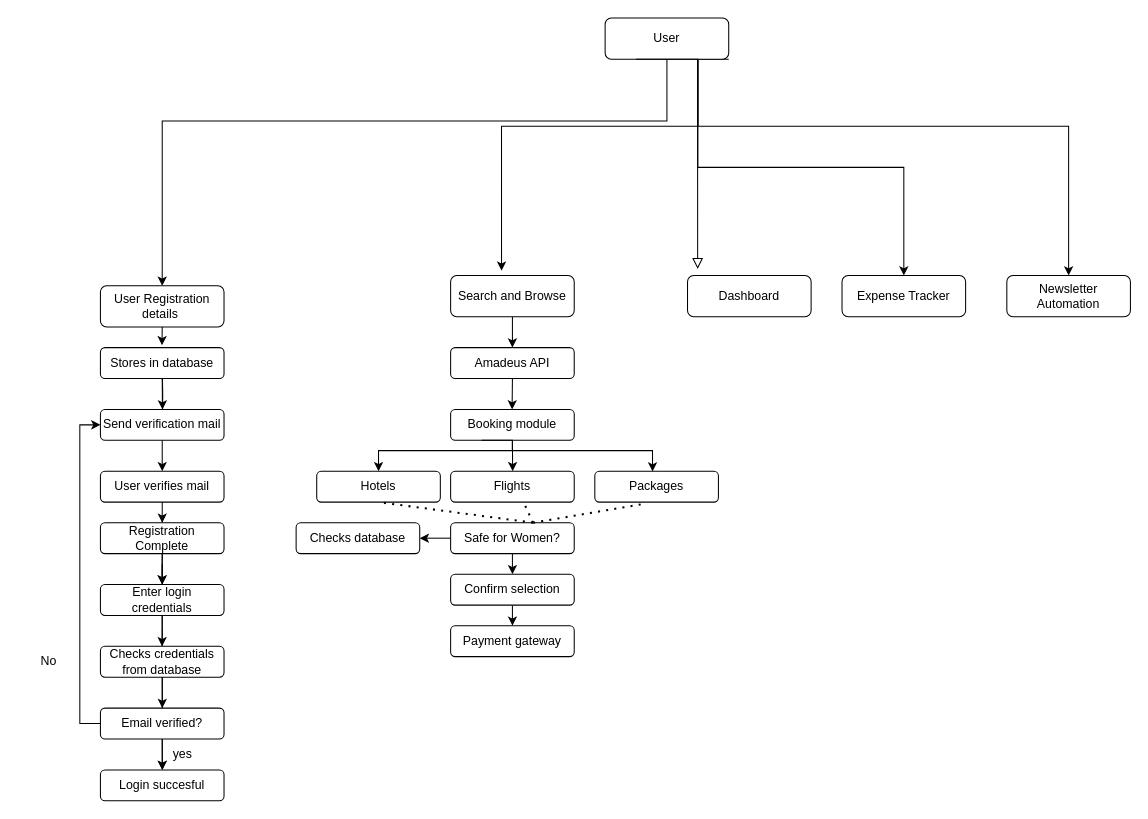
Earlier version of the draw.io diagram Untitled Diagram.drawio (ShaliniKashyap717/Travel_Website). Source tidied: cells renumbered, new cells numbered last; positions are measured from the earlier drawing's top-left corner, leaving out a move shared by most shapes. Both pictures are drawn from the tidied source at 103%, with x=0, y=0 at pixel (18, 18).
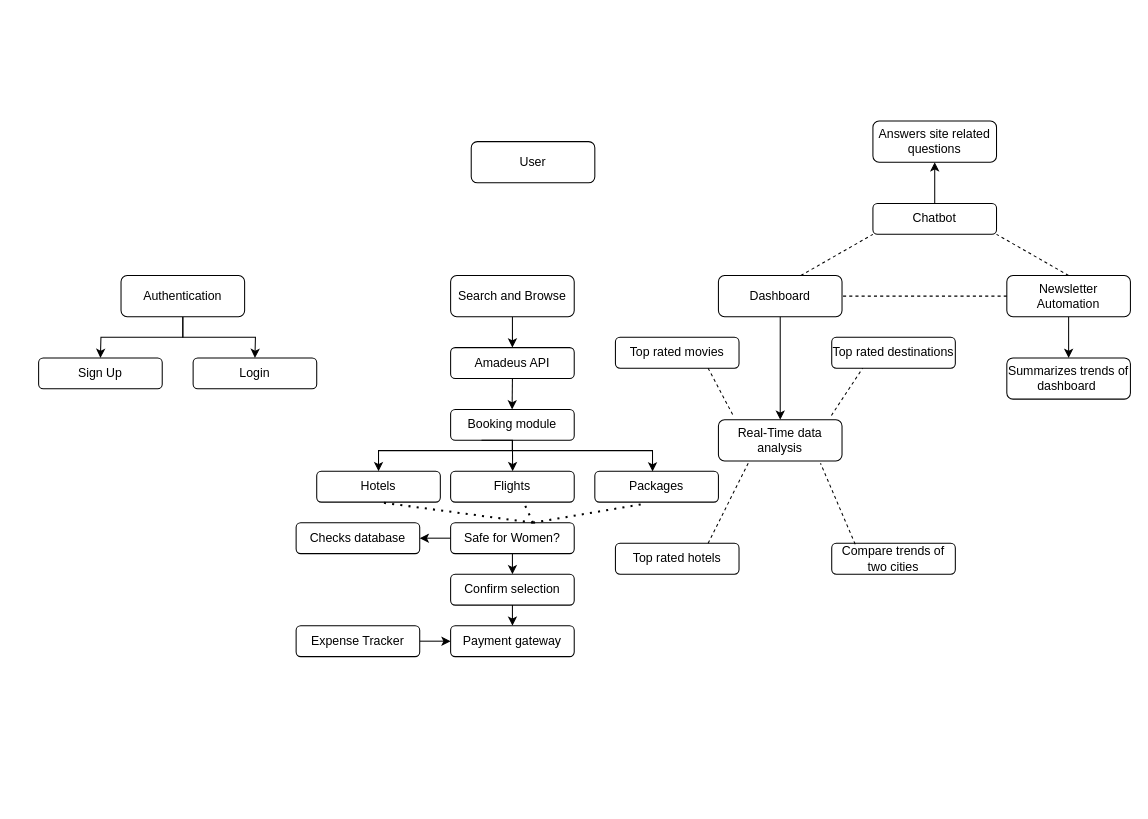
The same page after the edit.

Unchanged cells that the change refers to:
```xml
<mxCell id="10" value="Search and Browse" style="rounded=1;whiteSpace=wrap;html=1;fontSize=12;glass=0;strokeWidth=1;shadow=0;" parent="1" vertex="1">
  <mxGeometry x="420" y="250" width="120" height="40" as="geometry" />
</mxCell>
<mxCell id="13" value="Newsletter Automation" style="rounded=1;whiteSpace=wrap;html=1;fontSize=12;glass=0;strokeWidth=1;shadow=0;" parent="1" vertex="1">
  <mxGeometry x="960" y="250" width="120" height="40" as="geometry" />
</mxCell>
<mxCell id="50" value="Payment gateway" style="rounded=1;whiteSpace=wrap;html=1;fontSize=12;glass=0;strokeWidth=1;shadow=0;" parent="1" vertex="1">
  <mxGeometry x="420" y="590" width="120" height="30" as="geometry" />
</mxCell>
```

The edit, as a diff of the source:
```diff
@@
-    <mxCell id="2" style="rounded=0;html=1;jettySize=auto;fontSize=11;endArrow=block;endFill=0;endSize=8;strokeWidth=1;shadow=0;labelBackgroundColor=none;edgeStyle=orthogonalEdgeStyle;entryX=0.082;entryY=-0.161;entryDx=0;entryDy=0;entryPerimeter=0;" parent="1" edge="1" source="6" target="8">
-      <mxGeometry relative="1" as="geometry">
-        <Array as="points">
-          <mxPoint x="660" y="164" />
-        </Array>
-      </mxGeometry>
-    </mxCell>
-    <mxCell id="3" style="edgeStyle=orthogonalEdgeStyle;rounded=0;jettySize=auto;html=1;entryX=0.5;entryY=0;entryDx=0;entryDy=0;" parent="1" edge="1" source="6" target="7">
-      <mxGeometry relative="1" as="geometry">
-        <Array as="points">
-          <mxPoint x="630" y="100" />
-          <mxPoint x="140" y="100" />
-        </Array>
-      </mxGeometry>
-    </mxCell>
-    <mxCell id="4" style="edgeStyle=orthogonalEdgeStyle;rounded=0;jettySize=auto;html=1;exitX=0.75;exitY=1;exitDx=0;exitDy=0;entryX=0.5;entryY=0;entryDx=0;entryDy=0;" parent="1" edge="1" source="6" target="12">
-      <mxGeometry relative="1" as="geometry" />
-    </mxCell>
-    <mxCell id="5" style="edgeStyle=orthogonalEdgeStyle;rounded=0;jettySize=auto;html=1;exitX=1;exitY=1;exitDx=0;exitDy=0;entryX=0.5;entryY=0;entryDx=0;entryDy=0;" parent="1" edge="1" source="6" target="13">
-      <mxGeometry relative="1" as="geometry">
-        <Array as="points">
-          <mxPoint x="660" y="40" />
-          <mxPoint x="660" y="105" />
-          <mxPoint x="1020" y="105" />
-        </Array>
-      </mxGeometry>
-    </mxCell>
     <mxCell id="6" value="User" style="rounded=1;whiteSpace=wrap;html=1;fontSize=12;glass=0;strokeWidth=1;shadow=0;" parent="1" vertex="1">
-      <mxGeometry x="570" width="120" height="40" as="geometry" />
+      <mxGeometry x="440" y="120" width="120" height="40" as="geometry" />
     </mxCell>
-    <mxCell id="7" value="User Registration details&amp;nbsp;" style="rounded=1;whiteSpace=wrap;html=1;fontSize=12;glass=0;strokeWidth=1;shadow=0;" parent="1" vertex="1">
-      <mxGeometry x="80" y="260" width="120" height="40" as="geometry" />
-    </mxCell>
+    <mxCell id="59" style="edgeStyle=orthogonalEdgeStyle;rounded=0;jettySize=auto;html=1;exitX=0.5;exitY=1;exitDx=0;exitDy=0;entryX=0.5;entryY=0;entryDx=0;entryDy=0;" parent="1" edge="1" source="8" target="62">
+      <mxGeometry relative="1" as="geometry" />
+    </mxCell>
     <mxCell id="8" value="Dashboard" style="rounded=1;whiteSpace=wrap;html=1;fontSize=12;glass=0;strokeWidth=1;shadow=0;" parent="1" vertex="1">
-      <mxGeometry x="650" y="250" width="120" height="40" as="geometry" />
+      <mxGeometry x="680" y="250" width="120" height="40" as="geometry" />
     </mxCell>
@@
+    <mxCell id="60" style="edgeStyle=orthogonalEdgeStyle;rounded=0;jettySize=auto;html=1;exitX=1;exitY=0.5;exitDx=0;exitDy=0;entryX=0;entryY=0.5;entryDx=0;entryDy=0;" parent="1" edge="1" source="12" target="50">
+      <mxGeometry relative="1" as="geometry" />
+    </mxCell>
     <mxCell id="12" value="Expense Tracker" style="rounded=1;whiteSpace=wrap;html=1;fontSize=12;glass=0;strokeWidth=1;shadow=0;" parent="1" vertex="1">
-      <mxGeometry x="800" y="250" width="120" height="40" as="geometry" />
+      <mxGeometry x="270" y="590" width="120" height="30" as="geometry" />
     </mxCell>
+    <mxCell id="61" style="edgeStyle=orthogonalEdgeStyle;rounded=0;jettySize=auto;html=1;exitX=0.5;exitY=1;exitDx=0;exitDy=0;entryX=0.5;entryY=0;entryDx=0;entryDy=0;" parent="1" edge="1" source="13" target="72">
+      <mxGeometry relative="1" as="geometry" />
+    </mxCell>
@@
-    <mxCell id="14" style="edgeStyle=orthogonalEdgeStyle;rounded=0;jettySize=auto;html=1;exitX=0.25;exitY=1;exitDx=0;exitDy=0;entryX=0.412;entryY=-0.118;entryDx=0;entryDy=0;entryPerimeter=0;" parent="1" edge="1" source="6" target="10">
-      <mxGeometry relative="1" as="geometry">
-        <Array as="points">
-          <mxPoint x="660" y="40" />
-          <mxPoint x="660" y="105" />
-          <mxPoint x="469" y="105" />
-        </Array>
-      </mxGeometry>
-    </mxCell>
-    <mxCell id="15" style="edgeStyle=orthogonalEdgeStyle;rounded=0;orthogonalLoop=1;jettySize=auto;html=1;exitX=0.5;exitY=1;exitDx=0;exitDy=0;" parent="1" edge="1">
-      <mxGeometry relative="1" as="geometry">
-        <mxPoint x="140" y="340" as="sourcePoint" />
-        <mxPoint x="140.2" y="390" as="targetPoint" />
-      </mxGeometry>
-    </mxCell>
-    <mxCell id="16" style="edgeStyle=orthogonalEdgeStyle;rounded=0;jettySize=auto;html=1;exitX=0.5;exitY=1;exitDx=0;exitDy=0;" parent="1" edge="1" source="17">
-      <mxGeometry relative="1" as="geometry">
-        <mxPoint x="140.2" y="380" as="targetPoint" />
-      </mxGeometry>
-    </mxCell>
-    <mxCell id="17" value="Stores in database" style="rounded=1;whiteSpace=wrap;html=1;" parent="1" vertex="1">
-      <mxGeometry x="80" y="320" width="120" height="30" as="geometry" />
-    </mxCell>
-    <mxCell id="18" style="edgeStyle=orthogonalEdgeStyle;rounded=0;jettySize=auto;html=1;exitX=0.5;exitY=1;exitDx=0;exitDy=0;entryX=0.5;entryY=0;entryDx=0;entryDy=0;" parent="1" edge="1" source="19" target="24">
-      <mxGeometry relative="1" as="geometry" />
-    </mxCell>
-    <mxCell id="19" value="Send verification mail" style="rounded=1;whiteSpace=wrap;html=1;" parent="1" vertex="1">
-      <mxGeometry x="80" y="380" width="120" height="30" as="geometry" />
-    </mxCell>
-    <mxCell id="20" style="edgeStyle=orthogonalEdgeStyle;rounded=0;jettySize=auto;html=1;exitX=0.5;exitY=1;exitDx=0;exitDy=0;" parent="1" edge="1" source="54">
-      <mxGeometry relative="1" as="geometry">
-        <mxPoint x="140.2" y="570" as="targetPoint" />
-        <Array as="points">
-          <mxPoint x="140" y="530" />
-          <mxPoint x="140" y="530" />
-        </Array>
-      </mxGeometry>
-    </mxCell>
-    <mxCell id="21" style="edgeStyle=orthogonalEdgeStyle;rounded=0;jettySize=auto;html=1;exitX=0.5;exitY=1;exitDx=0;exitDy=0;" parent="1" edge="1" source="54">
-      <mxGeometry relative="1" as="geometry">
-        <mxPoint x="140.1" y="670" as="targetPoint" />
-      </mxGeometry>
-    </mxCell>
-    <mxCell id="22" style="edgeStyle=orthogonalEdgeStyle;rounded=0;jettySize=auto;html=1;exitX=0.5;exitY=1;exitDx=0;exitDy=0;" parent="1" edge="1" source="54">
-      <mxGeometry relative="1" as="geometry">
-        <mxPoint x="139.9" y="610" as="targetPoint" />
-      </mxGeometry>
-    </mxCell>
-    <mxCell id="23" style="edgeStyle=orthogonalEdgeStyle;rounded=0;jettySize=auto;html=1;exitX=0.5;exitY=1;exitDx=0;exitDy=0;" parent="1" edge="1" source="52">
-      <mxGeometry relative="1" as="geometry">
-        <mxPoint x="139.9" y="550" as="targetPoint" />
-      </mxGeometry>
-    </mxCell>
-    <mxCell id="24" value="User verifies mail" style="rounded=1;whiteSpace=wrap;html=1;" parent="1" vertex="1">
-      <mxGeometry x="80" y="440" width="120" height="30" as="geometry" />
-    </mxCell>
-    <mxCell id="25" style="edgeStyle=orthogonalEdgeStyle;rounded=0;jettySize=auto;html=1;exitX=0.5;exitY=1;exitDx=0;exitDy=0;" parent="1" edge="1" source="26">
-      <mxGeometry relative="1" as="geometry">
-        <mxPoint x="140.1" y="730" as="targetPoint" />
-      </mxGeometry>
-    </mxCell>
-    <mxCell id="26" value="Checks credentials from database" style="rounded=1;whiteSpace=wrap;html=1;" parent="1" vertex="1">
-      <mxGeometry x="80" y="610" width="120" height="30" as="geometry" />
-    </mxCell>
-    <mxCell id="27" style="edgeStyle=orthogonalEdgeStyle;rounded=0;jettySize=auto;html=1;exitX=0;exitY=0.5;exitDx=0;exitDy=0;entryX=0;entryY=0.5;entryDx=0;entryDy=0;" parent="1" edge="1" source="28" target="19">
-      <mxGeometry relative="1" as="geometry" />
-    </mxCell>
-    <mxCell id="28" value="Email verified?" style="rounded=1;whiteSpace=wrap;html=1;" parent="1" vertex="1">
-      <mxGeometry x="80" y="670" width="120" height="30" as="geometry" />
-    </mxCell>
-    <mxCell id="29" value="No" style="text;html=1;align=center;verticalAlign=middle;whiteSpace=wrap;rounded=0;" parent="1" vertex="1">
-      <mxGeometry y="610" width="60" height="30" as="geometry" />
-    </mxCell>
@@
-    <mxCell id="51" style="edgeStyle=orthogonalEdgeStyle;rounded=0;jettySize=auto;html=1;exitX=0.5;exitY=1;exitDx=0;exitDy=0;" parent="1" edge="1" source="24" target="52">
-      <mxGeometry relative="1" as="geometry" />
-    </mxCell>
-    <mxCell id="52" value="Registration Complete" style="rounded=1;whiteSpace=wrap;html=1;" parent="1" vertex="1">
-      <mxGeometry x="80" y="490" width="120" height="30" as="geometry" />
-    </mxCell>
-    <mxCell id="53" style="edgeStyle=orthogonalEdgeStyle;rounded=0;jettySize=auto;html=1;exitX=0.5;exitY=1;exitDx=0;exitDy=0;" parent="1" edge="1" source="52" target="54">
-      <mxGeometry relative="1" as="geometry" />
-    </mxCell>
-    <mxCell id="54" value="Enter login credentials" style="rounded=1;whiteSpace=wrap;html=1;" parent="1" vertex="1">
-      <mxGeometry x="80" y="550" width="120" height="30" as="geometry" />
-    </mxCell>
-    <mxCell id="55" style="edgeStyle=orthogonalEdgeStyle;rounded=0;jettySize=auto;html=1;exitX=0.5;exitY=1;exitDx=0;exitDy=0;" parent="1" edge="1" source="28" target="56">
-      <mxGeometry relative="1" as="geometry" />
-    </mxCell>
-    <mxCell id="56" value="Login succesful" style="rounded=1;whiteSpace=wrap;html=1;" parent="1" vertex="1">
-      <mxGeometry x="80" y="730" width="120" height="30" as="geometry" />
-    </mxCell>
-    <mxCell id="57" value="yes" style="text;html=1;align=center;verticalAlign=middle;whiteSpace=wrap;rounded=0;" parent="1" vertex="1">
-      <mxGeometry x="130" y="700" width="60" height="30" as="geometry" />
-    </mxCell>
-    <mxCell id="58" style="edgeStyle=orthogonalEdgeStyle;rounded=0;jettySize=auto;html=1;exitX=0.5;exitY=1;exitDx=0;exitDy=0;entryX=0.498;entryY=-0.078;entryDx=0;entryDy=0;entryPerimeter=0;" parent="1" edge="1" source="7" target="17">
-      <mxGeometry relative="1" as="geometry" />
-    </mxCell>
+    <mxCell id="62" value="Real-Time data analysis" style="rounded=1;whiteSpace=wrap;html=1;fontSize=12;glass=0;strokeWidth=1;shadow=0;" parent="1" vertex="1">
+      <mxGeometry x="680" y="390" width="120" height="40" as="geometry" />
+    </mxCell>
+    <mxCell id="63" value="Top rated movies" style="rounded=1;whiteSpace=wrap;html=1;fontSize=12;glass=0;strokeWidth=1;shadow=0;" parent="1" vertex="1">
+      <mxGeometry x="580" y="310" width="120" height="30" as="geometry" />
+    </mxCell>
+    <mxCell id="64" value="Top rated destinations" style="rounded=1;whiteSpace=wrap;html=1;fontSize=12;glass=0;strokeWidth=1;shadow=0;" parent="1" vertex="1">
+      <mxGeometry x="790" y="310" width="120" height="30" as="geometry" />
+    </mxCell>
+    <mxCell id="65" value="Top rated hotels" style="rounded=1;whiteSpace=wrap;html=1;fontSize=12;glass=0;strokeWidth=1;shadow=0;" parent="1" vertex="1">
+      <mxGeometry x="580" y="510" width="120" height="30" as="geometry" />
+    </mxCell>
+    <mxCell id="66" value="Compare trends of two cities" style="rounded=1;whiteSpace=wrap;html=1;fontSize=12;glass=0;strokeWidth=1;shadow=0;" parent="1" vertex="1">
+      <mxGeometry x="790" y="510" width="120" height="30" as="geometry" />
+    </mxCell>
+    <mxCell id="67" style="endArrow=none;dashed=1;html=1;rounded=0;exitX=0.115;exitY=-0.125;exitDx=0;exitDy=0;exitPerimeter=0;entryX=0.75;entryY=1;entryDx=0;entryDy=0;" parent="1" edge="1" source="62" target="63">
+      <mxGeometry relative="1" as="geometry" />
+    </mxCell>
+    <mxCell id="68" style="endArrow=none;dashed=1;html=1;rounded=0;entryX=0.25;entryY=1;entryDx=0;entryDy=0;exitX=0.914;exitY=-0.104;exitDx=0;exitDy=0;exitPerimeter=0;" parent="1" edge="1" source="62" target="64">
+      <mxGeometry relative="1" as="geometry" />
+    </mxCell>
+    <mxCell id="69" style="endArrow=none;dashed=1;html=1;rounded=0;entryX=0.25;entryY=1;entryDx=0;entryDy=0;exitX=0.75;exitY=0;exitDx=0;exitDy=0;" parent="1" edge="1" source="65" target="62">
+      <mxGeometry relative="1" as="geometry" />
+    </mxCell>
+    <mxCell id="70" style="endArrow=none;dashed=1;html=1;rounded=0;entryX=0.826;entryY=1.058;entryDx=0;entryDy=0;entryPerimeter=0;exitX=0.19;exitY=0.03;exitDx=0;exitDy=0;exitPerimeter=0;" parent="1" edge="1" source="66" target="62">
+      <mxGeometry relative="1" as="geometry" />
+    </mxCell>
+    <mxCell id="71" style="endArrow=none;dashed=1;html=1;rounded=0;entryX=1;entryY=0.5;entryDx=0;entryDy=0;exitX=0;exitY=0.5;exitDx=0;exitDy=0;" parent="1" edge="1" source="13" target="8">
+      <mxGeometry relative="1" as="geometry" />
+    </mxCell>
+    <mxCell id="72" value="Summarizes trends of dashboard&amp;nbsp;" style="rounded=1;whiteSpace=wrap;html=1;fontSize=12;glass=0;strokeWidth=1;shadow=0;" parent="1" vertex="1">
+      <mxGeometry x="960" y="330" width="120" height="40" as="geometry" />
+    </mxCell>
+    <mxCell id="73" value="Chatbot" style="rounded=1;whiteSpace=wrap;html=1;fontSize=12;glass=0;strokeWidth=1;shadow=0;" parent="1" vertex="1">
+      <mxGeometry x="830" y="180" width="120" height="30" as="geometry" />
+    </mxCell>
+    <mxCell id="74" style="endArrow=none;dashed=1;html=1;rounded=0;entryX=0;entryY=1;entryDx=0;entryDy=0;" parent="1" edge="1" target="73">
+      <mxGeometry relative="1" as="geometry">
+        <mxPoint x="760" y="250" as="sourcePoint" />
+      </mxGeometry>
+    </mxCell>
+    <mxCell id="75" style="endArrow=none;dashed=1;html=1;rounded=0;entryX=1;entryY=1;entryDx=0;entryDy=0;exitX=0.5;exitY=0;exitDx=0;exitDy=0;" parent="1" edge="1" source="13" target="73">
+      <mxGeometry relative="1" as="geometry" />
+    </mxCell>
+    <mxCell id="76" style="edgeStyle=orthogonalEdgeStyle;rounded=0;jettySize=auto;html=1;exitX=0.5;exitY=0;exitDx=0;exitDy=0;" parent="1" edge="1" source="73" target="77">
+      <mxGeometry relative="1" as="geometry" />
+    </mxCell>
+    <mxCell id="77" value="Answers site related questions" style="rounded=1;whiteSpace=wrap;html=1;fontSize=12;glass=0;strokeWidth=1;shadow=0;" parent="1" vertex="1">
+      <mxGeometry x="830" y="100" width="120" height="40" as="geometry" />
+    </mxCell>
+    <mxCell id="78" style="edgeStyle=orthogonalEdgeStyle;rounded=0;jettySize=auto;html=1;exitX=0.5;exitY=1;exitDx=0;exitDy=0;" parent="1" edge="1" source="80">
+      <mxGeometry relative="1" as="geometry">
+        <mxPoint x="80" y="330" as="targetPoint" />
+      </mxGeometry>
+    </mxCell>
+    <mxCell id="79" style="edgeStyle=orthogonalEdgeStyle;rounded=0;jettySize=auto;html=1;exitX=0.5;exitY=1;exitDx=0;exitDy=0;" parent="1" edge="1" source="80">
+      <mxGeometry relative="1" as="geometry">
+        <mxPoint x="230" y="330" as="targetPoint" />
+      </mxGeometry>
+    </mxCell>
+    <mxCell id="80" value="Authentication" style="rounded=1;whiteSpace=wrap;html=1;fontSize=12;glass=0;strokeWidth=1;shadow=0;" parent="1" vertex="1">
+      <mxGeometry x="100" y="250" width="120" height="40" as="geometry" />
+    </mxCell>
+    <mxCell id="81" value="Sign Up" style="rounded=1;whiteSpace=wrap;html=1;" parent="1" vertex="1">
+      <mxGeometry x="20" y="330" width="120" height="30" as="geometry" />
+    </mxCell>
+    <mxCell id="82" value="Login" style="rounded=1;whiteSpace=wrap;html=1;" parent="1" vertex="1">
+      <mxGeometry x="170" y="330" width="120" height="30" as="geometry" />
+    </mxCell>
```
